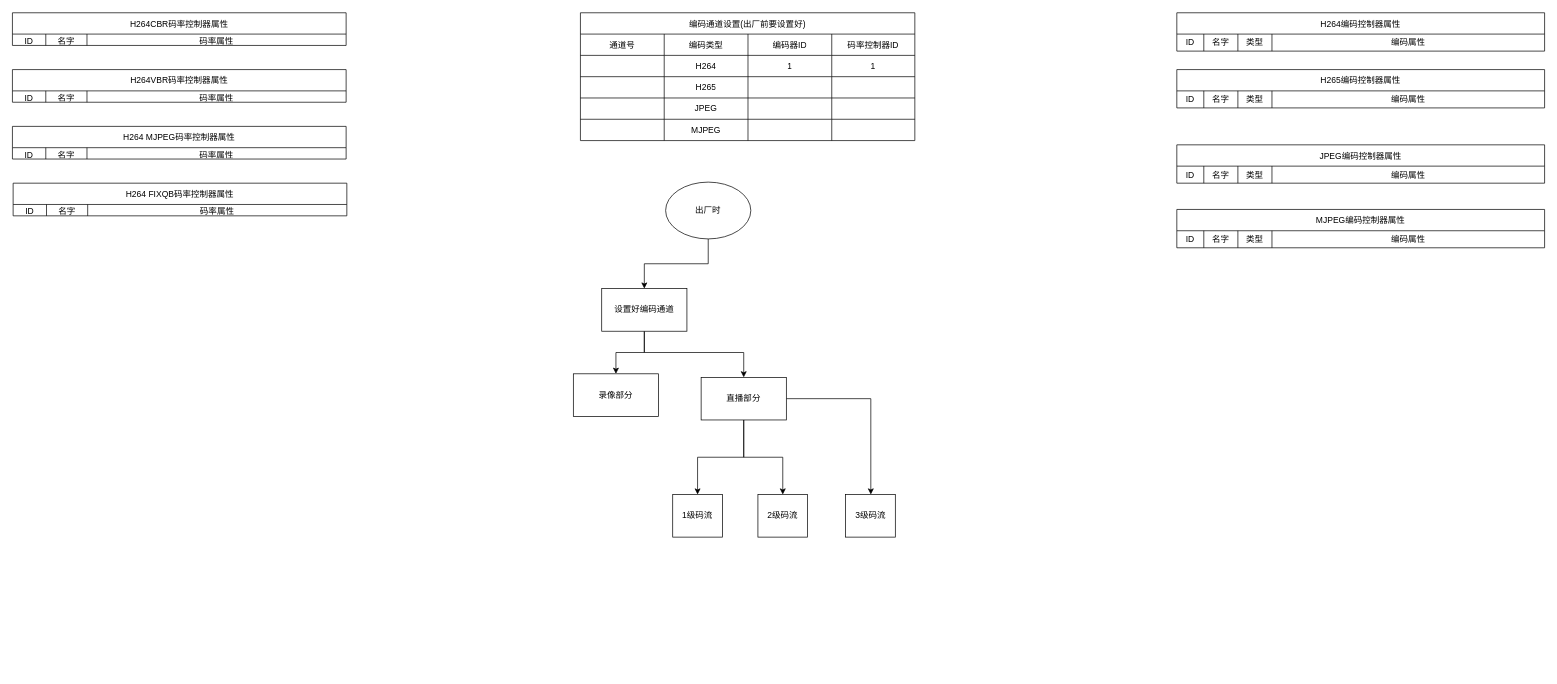
Above: mc6630_venc.drawio in chendong-2023/cmd (draw.io), before the change. Source tidied: cells renumbered, new cells numbered last; positions are measured from the earlier drawing's top-left corner, leaving out a move shared by most shapes. Both pictures are drawn from the tidied source at 71%, with x=0, y=0 at pixel (12, 13).
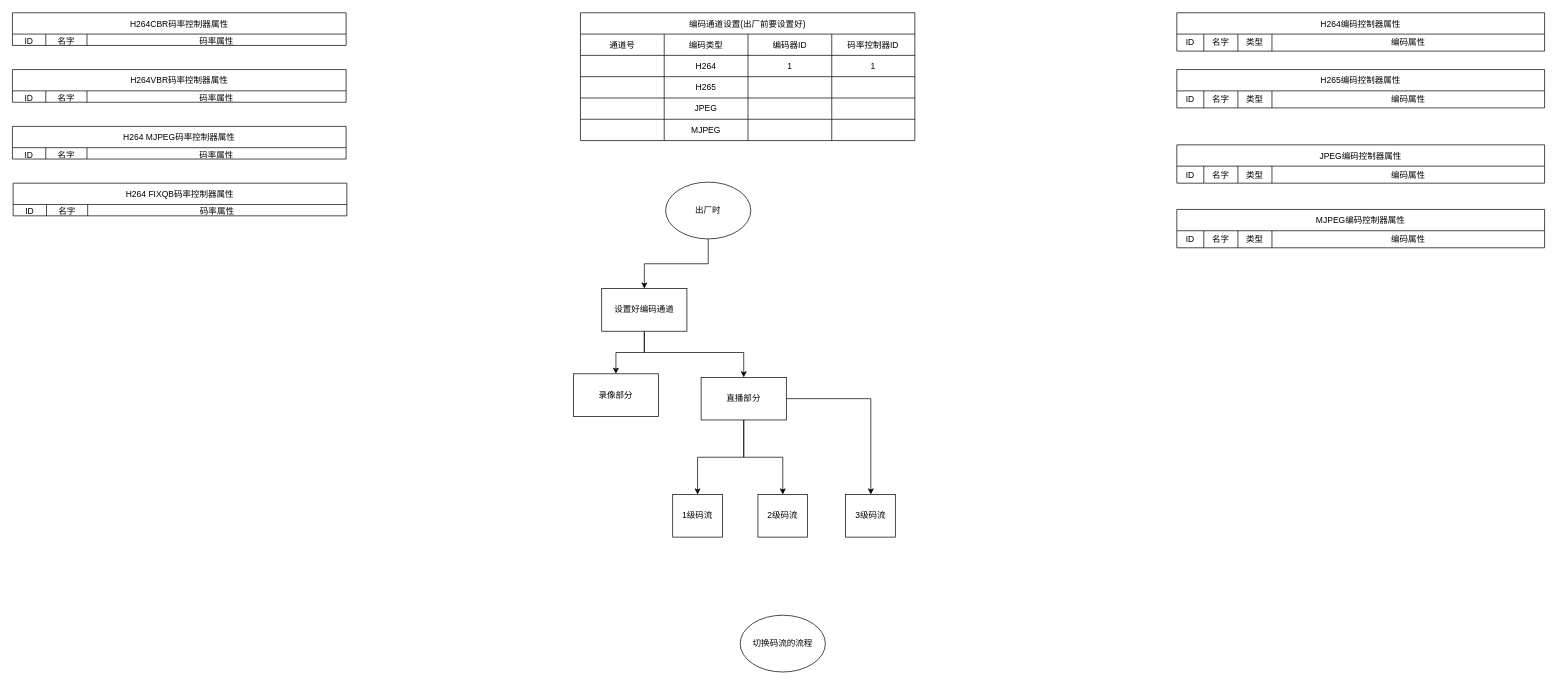
After the change.

Commit message (it also covers changes not shown here):
更新mc6630_venc

Change to the diagram source:
```diff
@@
+    <mxCell id="86" value="切换码流的流程" style="ellipse;whiteSpace=wrap;html=1;" parent="1" vertex="1">
+      <mxGeometry x="1025" y="848" width="120" height="80" as="geometry" />
+    </mxCell>
```
